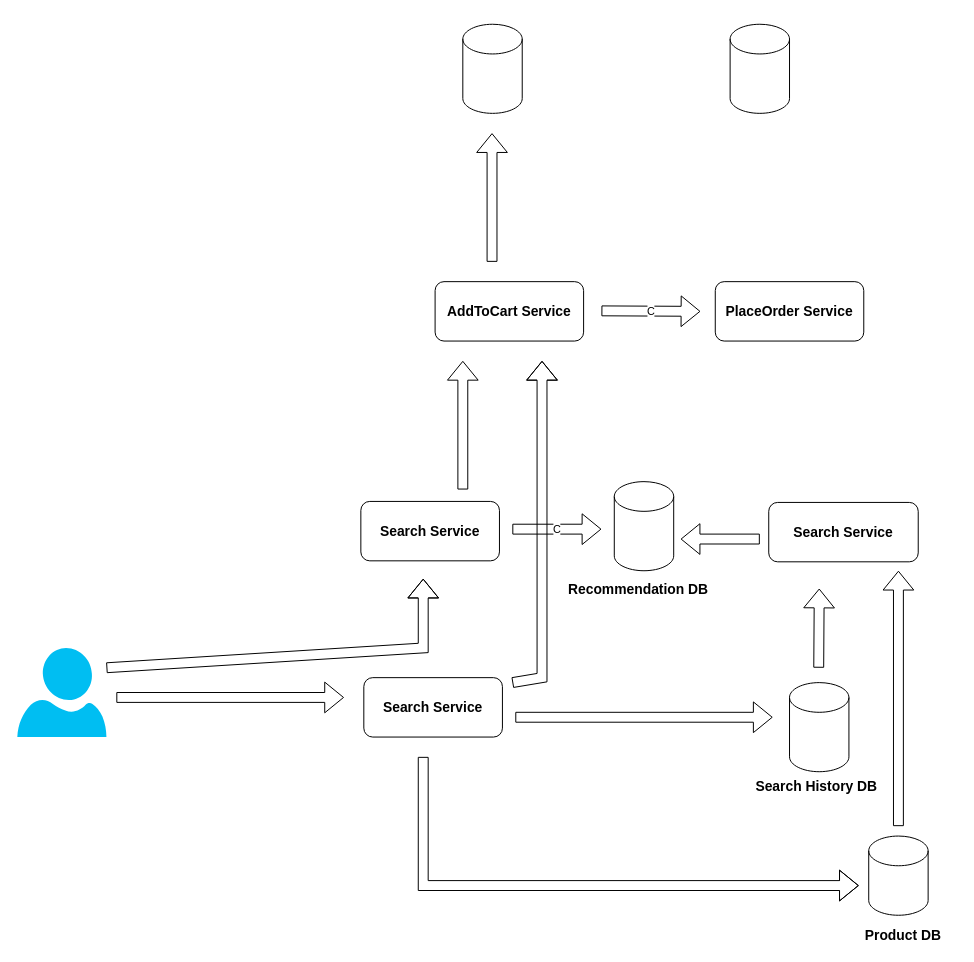
Before: Microservice_design2.drawio in santoshgit1/App-Diagrams-net, a draw.io diagram. Source tidied: cells renumbered, new cells numbered last; positions are measured from the earlier drawing's top-left corner, leaving out a move shared by most shapes. Both pictures are drawn from the tidied source at 99%, with x=0, y=0 at pixel (17, 24).
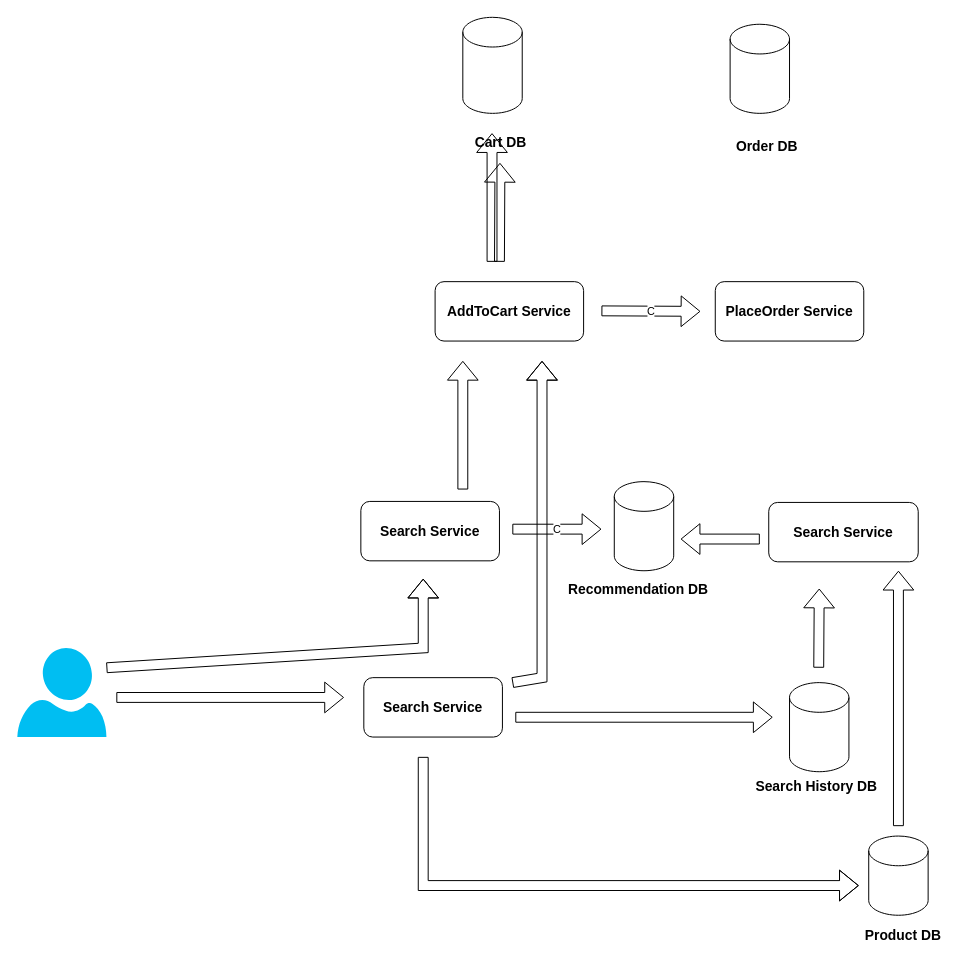
The same diagram, later.

Change to the diagram source:
```diff
@@
     <mxCell id="24" style="shape=cylinder3;whiteSpace=wrap;html=1;boundedLbl=1;backgroundOutline=1;size=15;" parent="1" vertex="1">
-      <mxGeometry x="450" width="60" height="90" as="geometry" />
+      <mxGeometry x="450" y="-7" width="60" height="97" as="geometry" />
     </mxCell>
@@
+    <mxCell id="27" value="C" style="shape=flexArrow;endArrow=classic;html=1;rounded=0;" parent="1" edge="1">
+      <mxGeometry relative="1" as="geometry">
+        <mxPoint x="590" y="289.5" as="sourcePoint" />
+        <mxPoint x="690" y="290" as="targetPoint" />
+      </mxGeometry>
+    </mxCell>
@@
-    <mxCell id="27" value="C" style="shape=flexArrow;endArrow=classic;html=1;rounded=0;" parent="1" edge="1">
-      <mxGeometry relative="1" as="geometry">
-        <mxPoint x="590" y="289.5" as="sourcePoint" />
-        <mxPoint x="690" y="290" as="targetPoint" />
-      </mxGeometry>
-    </mxCell>
+    <mxCell id="28" style="shape=flexArrow;endArrow=classic;html=1;rounded=0;" parent="1" edge="1">
+      <mxGeometry relative="1" as="geometry">
+        <mxPoint x="487" y="240" as="sourcePoint" />
+        <mxPoint x="487.5" y="140" as="targetPoint" />
+      </mxGeometry>
+    </mxCell>
+    <mxCell id="29" value="&lt;span style=&quot;font-size: 14px;&quot;&gt;&lt;b&gt;Cart DB&lt;/b&gt;&lt;/span&gt;" style="text;html=1;align=center;verticalAlign=middle;whiteSpace=wrap;rounded=0;" parent="1" vertex="1">
+      <mxGeometry x="411" y="100" width="155" height="38" as="geometry" />
+    </mxCell>
+    <mxCell id="30" value="&lt;span style=&quot;font-size: 14px;&quot;&gt;&lt;b&gt;Order DB&lt;/b&gt;&lt;/span&gt;" style="text;html=1;align=center;verticalAlign=middle;whiteSpace=wrap;rounded=0;" parent="1" vertex="1">
+      <mxGeometry x="680" y="110" width="155" height="28" as="geometry" />
+    </mxCell>
```
